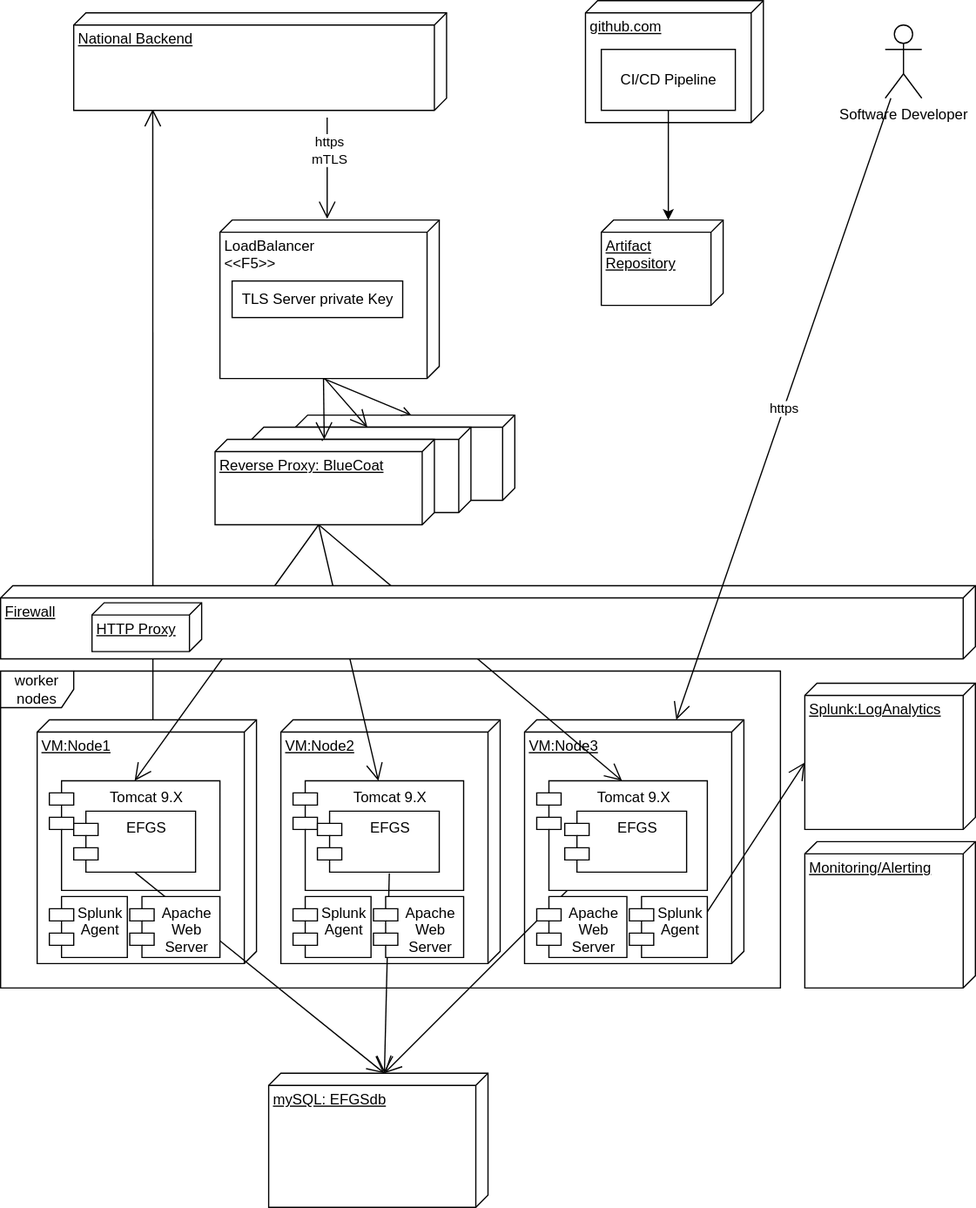
The draw.io diagram docs/EFGS-deployment-template.svg in eu-federation-gateway-service/efgs-federation-gateway, before a commit. Source tidied: cells renumbered, new cells last; positions are measured from the earlier drawing's top-left corner, leaving out a move shared by most shapes.
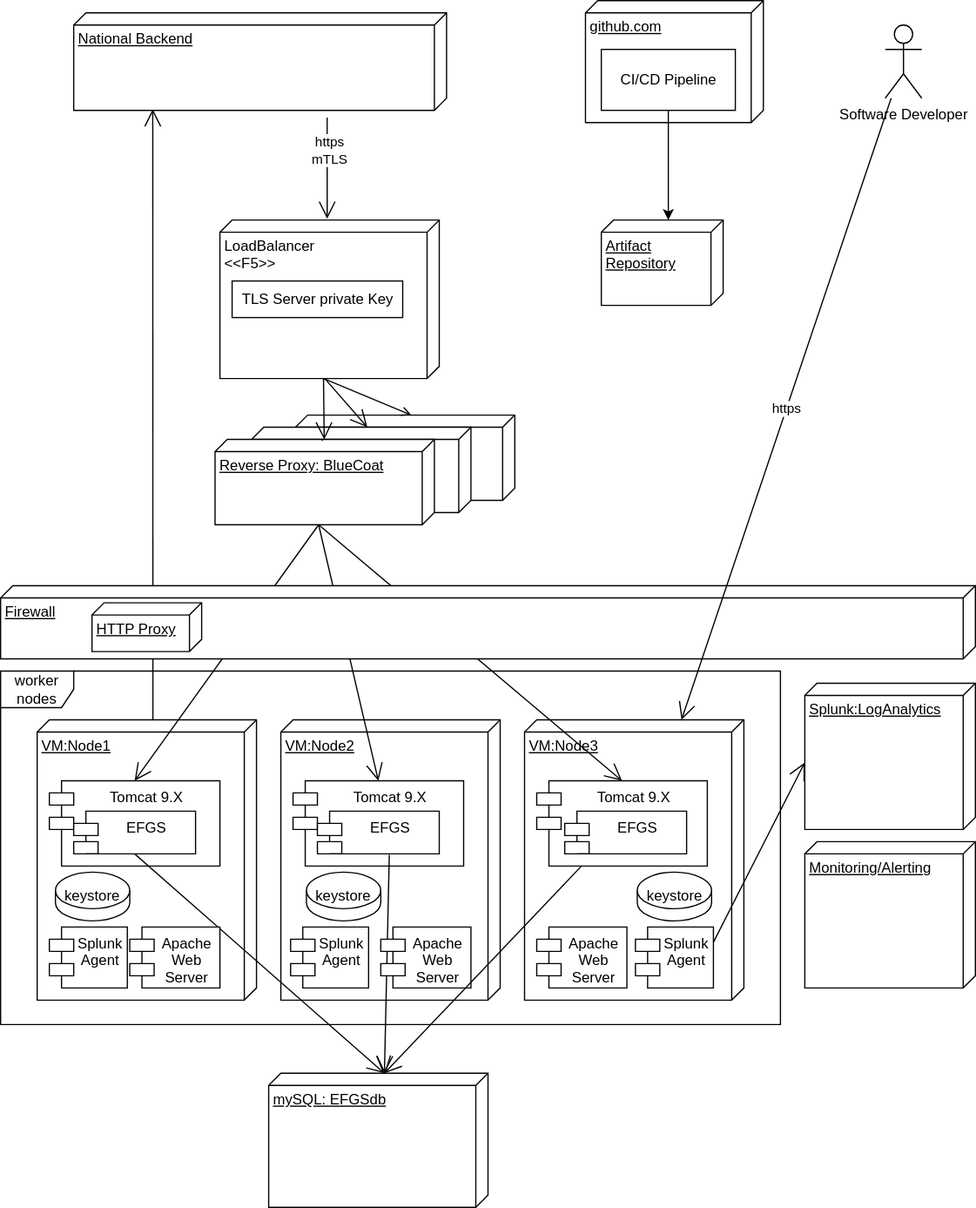
The same diagram one commit later.

The edit, as a diff of the source:
```diff
@@ -29,25 +29,25 @@
       <mxGeometry x="-0.35" y="1" relative="1" as="geometry" />
     </mxCell>
     <mxCell id="10" value="worker nodes" style="shape=umlFrame;whiteSpace=wrap;html=1;" parent="1" vertex="1">
-      <mxGeometry y="550" width="640" height="260" as="geometry" />
+      <mxGeometry y="550" width="640" height="290" as="geometry" />
     </mxCell>
     <mxCell id="11" value="VM:Node1" style="verticalAlign=top;align=left;spacingTop=8;spacingLeft=2;spacingRight=12;shape=cube;size=10;direction=south;fontStyle=4;html=1;" parent="1" vertex="1">
-      <mxGeometry x="30" y="590" width="180" height="200" as="geometry" />
+      <mxGeometry x="30" y="590" width="180" height="230" as="geometry" />
     </mxCell>
     <mxCell id="12" value="VM:Node2" style="verticalAlign=top;align=left;spacingTop=8;spacingLeft=2;spacingRight=12;shape=cube;size=10;direction=south;fontStyle=4;html=1;" parent="1" vertex="1">
-      <mxGeometry x="230" y="590" width="180" height="200" as="geometry" />
+      <mxGeometry x="230" y="590" width="180" height="230" as="geometry" />
     </mxCell>
     <mxCell id="13" value="VM:Node3" style="verticalAlign=top;align=left;spacingTop=8;spacingLeft=2;spacingRight=12;shape=cube;size=10;direction=south;fontStyle=4;html=1;" parent="1" vertex="1">
-      <mxGeometry x="430" y="590" width="180" height="200" as="geometry" />
+      <mxGeometry x="430" y="590" width="180" height="230" as="geometry" />
     </mxCell>
     <mxCell id="14" value="Tomcat 9.X" style="shape=module;align=left;spacingLeft=20;align=center;verticalAlign=top;" parent="1" vertex="1">
-      <mxGeometry x="40" y="640" width="140" height="90" as="geometry" />
+      <mxGeometry x="40" y="640" width="140" height="70" as="geometry" />
     </mxCell>
     <mxCell id="15" value="Tomcat 9.X" style="shape=module;align=left;spacingLeft=20;align=center;verticalAlign=top;" parent="1" vertex="1">
-      <mxGeometry x="240" y="640" width="140" height="90" as="geometry" />
+      <mxGeometry x="240" y="640" width="140" height="70" as="geometry" />
     </mxCell>
     <mxCell id="16" value="Tomcat 9.X" style="shape=module;align=left;spacingLeft=20;align=center;verticalAlign=top;" parent="1" vertex="1">
-      <mxGeometry x="440" y="640" width="140" height="90" as="geometry" />
+      <mxGeometry x="440" y="640" width="140" height="70" as="geometry" />
     </mxCell>
     <mxCell id="17" style="endArrow=open;endFill=1;endSize=12;html=1;exitX=0;exitY=0;exitDx=70;exitDy=95;exitPerimeter=0;entryX=0.5;entryY=0;entryDx=0;entryDy=0;" parent="1" edge="1" source="31" target="14">
       <mxGeometry relative="1" as="geometry" />
@@ -68,13 +68,13 @@
       <mxGeometry relative="1" as="geometry" />
     </mxCell>
     <mxCell id="23" value="EFGS" style="shape=module;align=left;spacingLeft=20;align=center;verticalAlign=top;" parent="1" vertex="1">
-      <mxGeometry x="60" y="665" width="100" height="50" as="geometry" />
+      <mxGeometry x="60" y="665" width="100" height="35" as="geometry" />
     </mxCell>
     <mxCell id="24" value="EFGS" style="shape=module;align=left;spacingLeft=20;align=center;verticalAlign=top;" parent="1" vertex="1">
-      <mxGeometry x="260" y="665" width="100" height="50" as="geometry" />
+      <mxGeometry x="260" y="665" width="100" height="35" as="geometry" />
     </mxCell>
     <mxCell id="25" value="EFGS" style="shape=module;align=left;spacingLeft=20;align=center;verticalAlign=top;" parent="1" vertex="1">
-      <mxGeometry x="463" y="665" width="100" height="50" as="geometry" />
+      <mxGeometry x="463" y="665" width="100" height="35" as="geometry" />
     </mxCell>
     <mxCell id="26" style="endArrow=open;endFill=1;endSize=12;html=1;exitX=0.59;exitY=1.02;exitDx=0;exitDy=0;exitPerimeter=0;entryX=0;entryY=0;entryDx=0;entryDy=85;entryPerimeter=0;" parent="1" edge="1" source="24" target="21">
       <mxGeometry relative="1" as="geometry" />
@@ -121,16 +121,16 @@
       <mxGeometry x="75" y="494" width="90" height="40" as="geometry" />
     </mxCell>
     <mxCell id="40" value="Splunk &#10;Agent" style="shape=module;align=left;spacingLeft=20;align=center;verticalAlign=top;" parent="1" vertex="1">
-      <mxGeometry x="516" y="735" width="64" height="50" as="geometry" />
+      <mxGeometry x="521" y="760" width="64" height="50" as="geometry" />
     </mxCell>
     <mxCell id="41" style="endArrow=open;endFill=1;endSize=12;html=1;entryX=0;entryY=0;entryDx=65;entryDy=140;entryPerimeter=0;exitX=1;exitY=0.25;exitDx=0;exitDy=0;" parent="1" edge="1" source="40" target="30">
       <mxGeometry relative="1" as="geometry" />
     </mxCell>
     <mxCell id="42" value="Splunk &#10;Agent" style="shape=module;align=left;spacingLeft=20;align=center;verticalAlign=top;" parent="1" vertex="1">
-      <mxGeometry x="240" y="735" width="64" height="50" as="geometry" />
+      <mxGeometry x="238" y="760" width="64" height="50" as="geometry" />
     </mxCell>
     <mxCell id="43" value="Splunk &#10;Agent" style="shape=module;align=left;spacingLeft=20;align=center;verticalAlign=top;" parent="1" vertex="1">
-      <mxGeometry x="40" y="735" width="64" height="50" as="geometry" />
+      <mxGeometry x="40" y="760" width="64" height="50" as="geometry" />
     </mxCell>
     <mxCell id="44" value="Artifact &lt;br&gt;Repository" style="verticalAlign=top;align=left;spacingTop=8;spacingLeft=2;spacingRight=12;shape=cube;size=10;direction=south;fontStyle=4;html=1;" parent="1" vertex="1">
       <mxGeometry x="493" y="180" width="100" height="70" as="geometry" />
@@ -139,16 +139,25 @@
       <mxGeometry relative="1" as="geometry" />
     </mxCell>
     <mxCell id="46" value="Apache&#10;Web &#10;Server" style="shape=module;align=left;spacingLeft=20;align=center;verticalAlign=top;" parent="1" vertex="1">
-      <mxGeometry x="306" y="735" width="74" height="50" as="geometry" />
+      <mxGeometry x="312" y="760" width="74" height="50" as="geometry" />
     </mxCell>
     <mxCell id="47" value="Apache&#10;Web &#10;Server" style="shape=module;align=left;spacingLeft=20;align=center;verticalAlign=top;" parent="1" vertex="1">
-      <mxGeometry x="106" y="735" width="74" height="50" as="geometry" />
+      <mxGeometry x="106" y="760" width="74" height="50" as="geometry" />
     </mxCell>
     <mxCell id="48" style="endArrow=open;endFill=1;endSize=12;html=1;entryX=0;entryY=0;entryDx=0;entryDy=85;entryPerimeter=0;" parent="1" edge="1" source="16" target="21">
       <mxGeometry relative="1" as="geometry" />
     </mxCell>
     <mxCell id="49" value="Apache&#10;Web &#10;Server" style="shape=module;align=left;spacingLeft=20;align=center;verticalAlign=top;" parent="1" vertex="1">
-      <mxGeometry x="440" y="735" width="74" height="50" as="geometry" />
+      <mxGeometry x="440" y="760" width="74" height="50" as="geometry" />
     </mxCell>
+    <mxCell id="50" value="keystore" style="shape=cylinder2;whiteSpace=wrap;html=1;boundedLbl=1;backgroundOutline=1;size=15;" parent="1" vertex="1">
+      <mxGeometry x="45" y="715" width="61" height="40" as="geometry" />
+    </mxCell>
+    <mxCell id="51" value="keystore" style="shape=cylinder2;whiteSpace=wrap;html=1;boundedLbl=1;backgroundOutline=1;size=15;" parent="1" vertex="1">
+      <mxGeometry x="251" y="715" width="61" height="40" as="geometry" />
+    </mxCell>
+    <mxCell id="52" value="keystore" style="shape=cylinder2;whiteSpace=wrap;html=1;boundedLbl=1;backgroundOutline=1;size=15;" parent="1" vertex="1">
+      <mxGeometry x="522.5" y="715" width="61" height="40" as="geometry" />
+    </mxCell>
   </root>
 </mxGraphModel>
```
